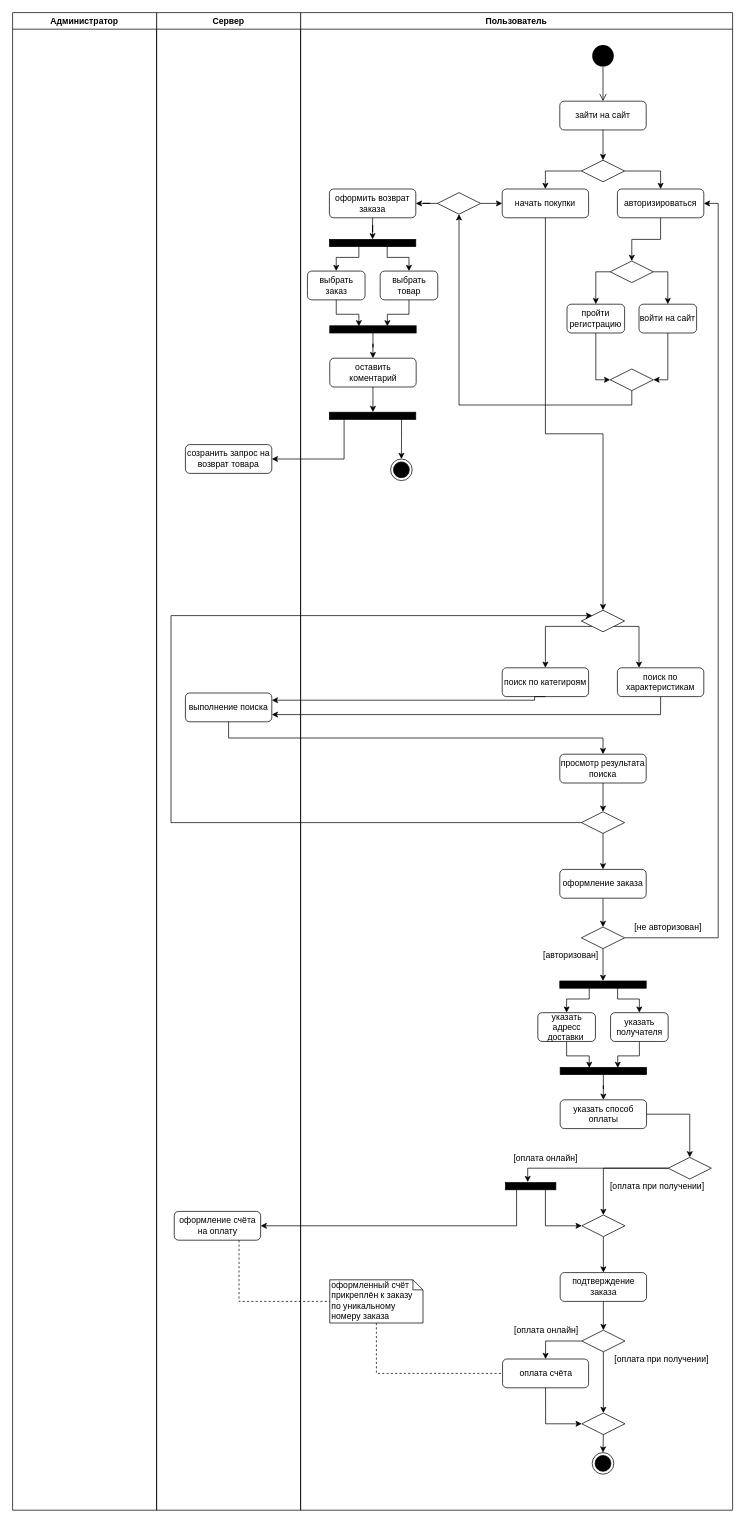
randomunrandom/MSS keeps this draw.io diagram as activity.drawio. Above is the earlier version. Source tidied: cells renumbered, new cells numbered last; positions are measured from the earlier drawing's top-left corner, leaving out a move shared by most shapes. Both pictures are drawn from the tidied source at 72%, with x=0, y=0 at pixel (12, 12).
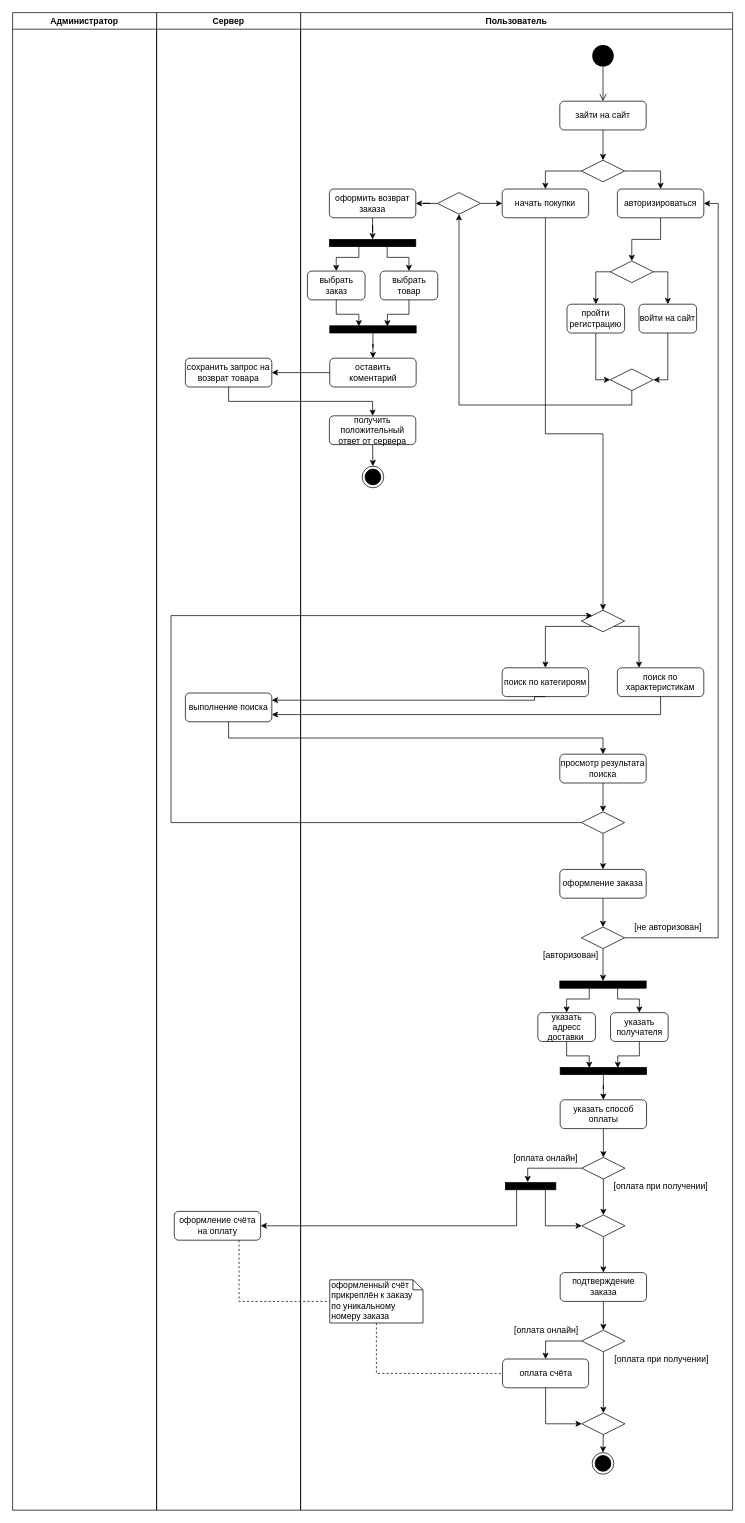
The same page after the edit.

The change refers to these unchanged cells:
```xml
<mxCell id="2" value="Пользователь" style="swimlane;whiteSpace=wrap;" parent="1" vertex="1">
  <mxGeometry x="400" width="600" height="2080" as="geometry" />
</mxCell>
<mxCell id="38" value="указать способ оплаты" style="rounded=1;whiteSpace=wrap;html=1;fontFamily=Helvetica;fontSize=12;fontColor=#000000;align=center;strokeColor=#000000;fillColor=#ffffff;" parent="2" vertex="1">
  <mxGeometry x="360.5" y="1510" width="120" height="40" as="geometry" />
</mxCell>
<mxCell id="53" style="html=1;points=[];perimeter=orthogonalPerimeter;strokeColor=#000000;strokeWidth=1;fillColor=#000000;rotation=90;" parent="2" vertex="1">
  <mxGeometry x="314.5" y="1595" width="10" height="70" as="geometry" />
</mxCell>
<mxCell id="56" style="rhombus;whiteSpace=wrap;html=1;strokeColor=#000000;strokeWidth=1;fillColor=#FFFFFF;" parent="2" vertex="1">
  <mxGeometry x="390.5" y="1670" width="60" height="30" as="geometry" />
</mxCell>
<mxCell id="79" value="оставить коментарий" style="rounded=1;whiteSpace=wrap;html=1;fontFamily=Helvetica;fontSize=12;fontColor=#000000;align=center;strokeColor=#000000;fillColor=#ffffff;" parent="2" vertex="1">
  <mxGeometry x="40.5" y="480" width="120" height="40" as="geometry" />
</mxCell>
<mxCell id="88" value="Сервер" style="swimlane;whiteSpace=wrap;" parent="1" vertex="1">
  <mxGeometry x="200" width="200" height="2080" as="geometry" />
</mxCell>
```

The edit, as a diff of the source:
```diff
@@
     <mxCell id="51" value="[оплата при получении]" style="text;html=1;align=center;verticalAlign=middle;" parent="2" vertex="1">
-      <mxGeometry x="419.5" y="1620" width="150" height="20" as="geometry" />
+      <mxGeometry x="425" y="1620" width="150" height="20" as="geometry" />
     </mxCell>
@@
-    <mxCell id="80" style="edgeStyle=orthogonalEdgeStyle;rounded=0;jettySize=auto;html=1;exitX=0.932;exitY=0.165;exitDx=0;exitDy=0;exitPerimeter=0;entryX=0.5;entryY=0;entryDx=0;entryDy=0;" parent="2" edge="1" source="81" target="83">
-      <mxGeometry relative="1" as="geometry" />
-    </mxCell>
-    <mxCell id="81" style="html=1;points=[];perimeter=orthogonalPerimeter;strokeColor=#000000;strokeWidth=1;fillColor=#000000;rotation=90;" parent="2" vertex="1">
-      <mxGeometry x="95" y="500" width="10" height="120" as="geometry" />
-    </mxCell>
-    <mxCell id="82" style="edgeStyle=orthogonalEdgeStyle;rounded=0;jettySize=auto;html=1;exitX=0.5;exitY=1;exitDx=0;exitDy=0;entryX=-0.019;entryY=0.496;entryDx=0;entryDy=0;entryPerimeter=0;" parent="2" edge="1" source="79" target="81">
-      <mxGeometry relative="1" as="geometry" />
-    </mxCell>
     <mxCell id="83" style="ellipse;html=1;shape=endState;fillColor=#000000;strokeColor=#000000;" parent="2" vertex="1">
-      <mxGeometry x="125" y="620" width="30" height="30" as="geometry" />
+      <mxGeometry x="85.5" y="630" width="30" height="30" as="geometry" />
     </mxCell>
@@
+    <mxCell id="104" style="edgeStyle=orthogonalEdgeStyle;rounded=0;jettySize=auto;html=1;exitX=0.5;exitY=1;exitDx=0;exitDy=0;entryX=0.5;entryY=0;entryDx=0;entryDy=0;strokeColor=#000000;" parent="2" edge="1" source="105" target="83">
+      <mxGeometry relative="1" as="geometry" />
+    </mxCell>
+    <mxCell id="105" value="получить положительный ответ от сервера" style="rounded=1;whiteSpace=wrap;html=1;fontFamily=Helvetica;fontSize=12;fontColor=#000000;align=center;strokeColor=#000000;fillColor=#ffffff;" parent="2" vertex="1">
+      <mxGeometry x="40" y="560" width="120" height="40" as="geometry" />
+    </mxCell>
+    <mxCell id="98" style="rhombus;whiteSpace=wrap;html=1;strokeColor=#000000;strokeWidth=1;fillColor=#FFFFFF;" parent="2" vertex="1">
+      <mxGeometry x="390.5" y="1590" width="60" height="30" as="geometry" />
+    </mxCell>
+    <mxCell id="97" style="edgeStyle=orthogonalEdgeStyle;rounded=0;jettySize=auto;html=1;strokeColor=#000000;entryX=-0.059;entryY=0.558;entryDx=0;entryDy=0;entryPerimeter=0;" parent="2" edge="1" source="98" target="53">
+      <mxGeometry relative="1" as="geometry" />
+    </mxCell>
+    <mxCell id="99" style="edgeStyle=orthogonalEdgeStyle;rounded=0;jettySize=auto;html=1;strokeColor=#000000;entryX=0.5;entryY=0;entryDx=0;entryDy=0;" parent="2" edge="1" source="38" target="98">
+      <mxGeometry relative="1" as="geometry" />
+    </mxCell>
+    <mxCell id="96" style="edgeStyle=orthogonalEdgeStyle;rounded=0;jettySize=auto;html=1;strokeColor=#000000;entryX=0.5;entryY=0;entryDx=0;entryDy=0;exitX=0.5;exitY=1;exitDx=0;exitDy=0;" parent="2" edge="1" source="98" target="56">
+      <mxGeometry relative="1" as="geometry" />
+    </mxCell>
@@
-    <mxCell id="91" value="созранить запрос на возврат товара" style="rounded=1;whiteSpace=wrap;html=1;fontFamily=Helvetica;fontSize=12;fontColor=#000000;align=center;strokeColor=#000000;fillColor=#ffffff;" parent="88" vertex="1">
-      <mxGeometry x="40" y="600" width="120" height="40" as="geometry" />
+    <mxCell id="91" value="сохранить запрос на возврат товара" style="rounded=1;whiteSpace=wrap;html=1;fontFamily=Helvetica;fontSize=12;fontColor=#000000;align=center;strokeColor=#000000;fillColor=#ffffff;" parent="88" vertex="1">
+      <mxGeometry x="40" y="480" width="120" height="40" as="geometry" />
     </mxCell>
@@
-    <mxCell id="96" style="edgeStyle=orthogonalEdgeStyle;rounded=0;jettySize=auto;html=1;strokeColor=#000000;entryX=0.5;entryY=0;entryDx=0;entryDy=0;" parent="1" edge="1" source="98" target="56">
-      <mxGeometry relative="1" as="geometry" />
-    </mxCell>
-    <mxCell id="97" style="edgeStyle=orthogonalEdgeStyle;rounded=0;jettySize=auto;html=1;strokeColor=#000000;entryX=-0.059;entryY=0.558;entryDx=0;entryDy=0;entryPerimeter=0;" parent="1" edge="1" source="98" target="53">
-      <mxGeometry relative="1" as="geometry" />
-    </mxCell>
-    <mxCell id="98" style="rhombus;whiteSpace=wrap;html=1;strokeColor=#000000;strokeWidth=1;fillColor=#FFFFFF;" parent="1" vertex="1">
-      <mxGeometry x="910.5" y="1590" width="60" height="30" as="geometry" />
-    </mxCell>
-    <mxCell id="99" style="edgeStyle=orthogonalEdgeStyle;rounded=0;jettySize=auto;html=1;strokeColor=#000000;entryX=0.5;entryY=0;entryDx=0;entryDy=0;" parent="1" edge="1" source="38" target="98">
-      <mxGeometry relative="1" as="geometry" />
-    </mxCell>
@@
-    <mxCell id="101" style="edgeStyle=orthogonalEdgeStyle;rounded=0;jettySize=auto;html=1;entryX=1;entryY=0.5;entryDx=0;entryDy=0;exitX=0.92;exitY=0.83;exitDx=0;exitDy=0;exitPerimeter=0;" parent="1" edge="1" source="81" target="91">
+    <mxCell id="101" style="edgeStyle=orthogonalEdgeStyle;rounded=0;jettySize=auto;html=1;entryX=1;entryY=0.5;entryDx=0;entryDy=0;exitX=0;exitY=0.5;exitDx=0;exitDy=0;" parent="1" edge="1" source="79" target="91">
       <mxGeometry relative="1" as="geometry">
         <Array as="points">
-          <mxPoint x="460" y="620" />
+          <mxPoint x="400" y="500" />
+          <mxPoint x="400" y="500" />
         </Array>
       </mxGeometry>
     </mxCell>
@@
+    <mxCell id="106" style="edgeStyle=orthogonalEdgeStyle;rounded=0;jettySize=auto;html=1;strokeColor=#000000;" parent="1" edge="1" source="91" target="105">
+      <mxGeometry relative="1" as="geometry">
+        <Array as="points">
+          <mxPoint x="300" y="540" />
+          <mxPoint x="500" y="540" />
+        </Array>
+      </mxGeometry>
+    </mxCell>
```
